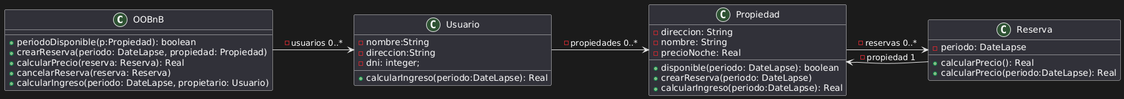
The PlantUML diagram eclipse/OO1-2024/src/main/java/ar/edu/unlp/oo1/ejercicio17/UML.png in Francogrch/OO1-2024, before a commit. The source it was exported from:
```plantuml
@startuml
class OOBnB {
+ periodoDisponible(p:Propiedad): boolean
+ crearReserva(periodo: DateLapse, propiedad: Propiedad)
+ calcularPrecio(reserva: Reserva): Real
+ cancelarReserva(reserva: Reserva)
+ calcularIngreso(periodo: DateLapse, propietario: Usuario)
}

class Usuario{
- nombre:String
- direccion:String
- dni: integer;
+ calcularIngreso(periodo:DateLapse): Real
}

class Propiedad{
- direccion: String
- nombre: String
- precioNoche: Real
+ disponible(periodo: DateLapse): boolean
+ crearReserva(periodo: DateLapse)
+ calcularIngreso(periodo:DateLapse): Real
}

class Reserva{
- periodo: DateLapse
+ calcularPrecio(): Real
+ calcularPrecio(periodo:DateLapse): Real
}

OOBnB -> Usuario : -usuarios 0..*
Usuario -> Propiedad : -propiedades 0..*
Propiedad -> Reserva : -reservas 0..*
Reserva -> Propiedad : -propiedad 1
@enduml
```
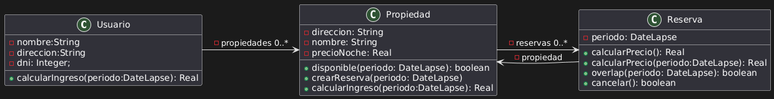
The same diagram one commit later.

Diff of the diagram source:
```diff
@@ -1,16 +1,8 @@
 @startuml
-class OOBnB {
-+ periodoDisponible(p:Propiedad): boolean
-+ crearReserva(periodo: DateLapse, propiedad: Propiedad)
-+ calcularPrecio(reserva: Reserva): Real
-+ cancelarReserva(reserva: Reserva)
-+ calcularIngreso(periodo: DateLapse, propietario: Usuario)
-}
-
 class Usuario{
 - nombre:String
 - direccion:String
-- dni: integer;
+- dni: Integer;
 + calcularIngreso(periodo:DateLapse): Real
 }
 
@@ -27,10 +19,11 @@
 - periodo: DateLapse
 + calcularPrecio(): Real
 + calcularPrecio(periodo:DateLapse): Real
++ overlap(periodo: DateLapse): boolean
++ cancelar(): boolean
 }
 
-OOBnB -> Usuario : -usuarios 0..*
 Usuario -> Propiedad : -propiedades 0..*
 Propiedad -> Reserva : -reservas 0..*
-Reserva -> Propiedad : -propiedad 1
+Reserva -> Propiedad : -propiedad
 @enduml
```
